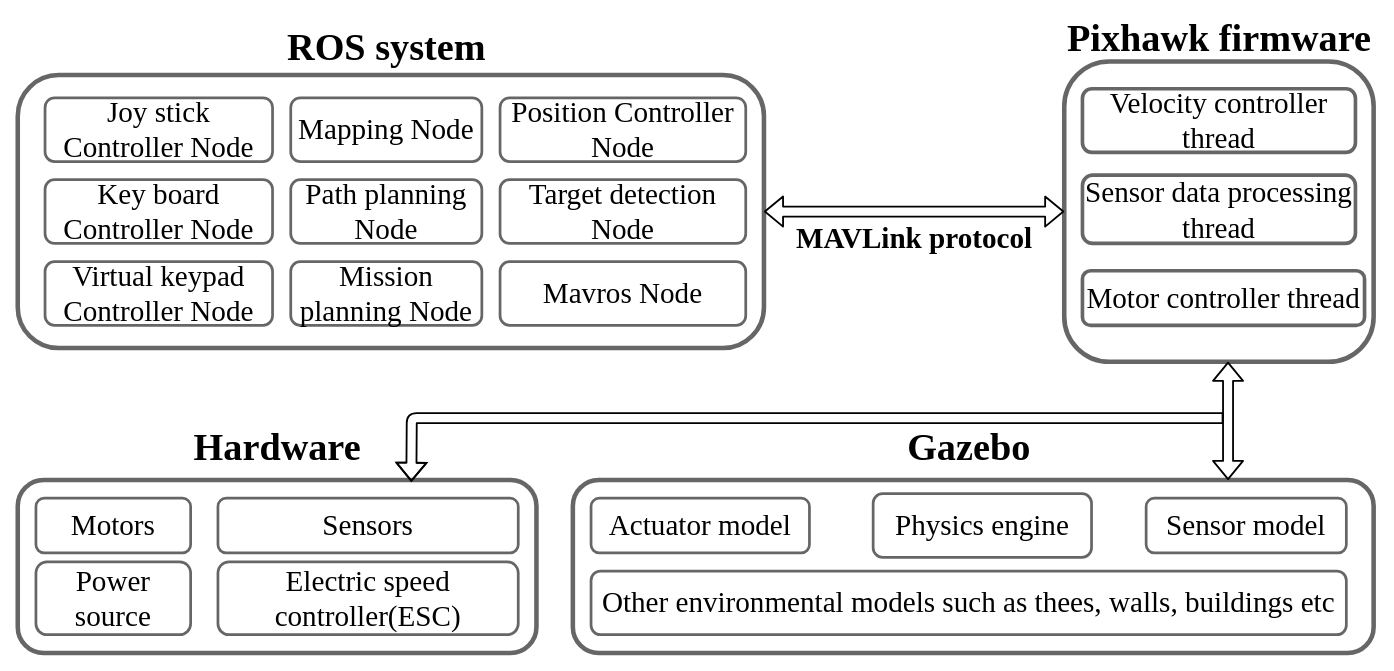
The draw.io diagram page "Page-3" (3 of 6) of cvpr-paper.drawio in mrinmoysarkar/draw_io_projects, before the edit. Source tidied: cells renumbered, new cells numbered last; positions are measured from the earlier drawing's top-left corner, leaving out a move shared by most shapes. Both pictures are drawn from the tidied source at 91%, with x=0, y=0 at pixel (17, 25).
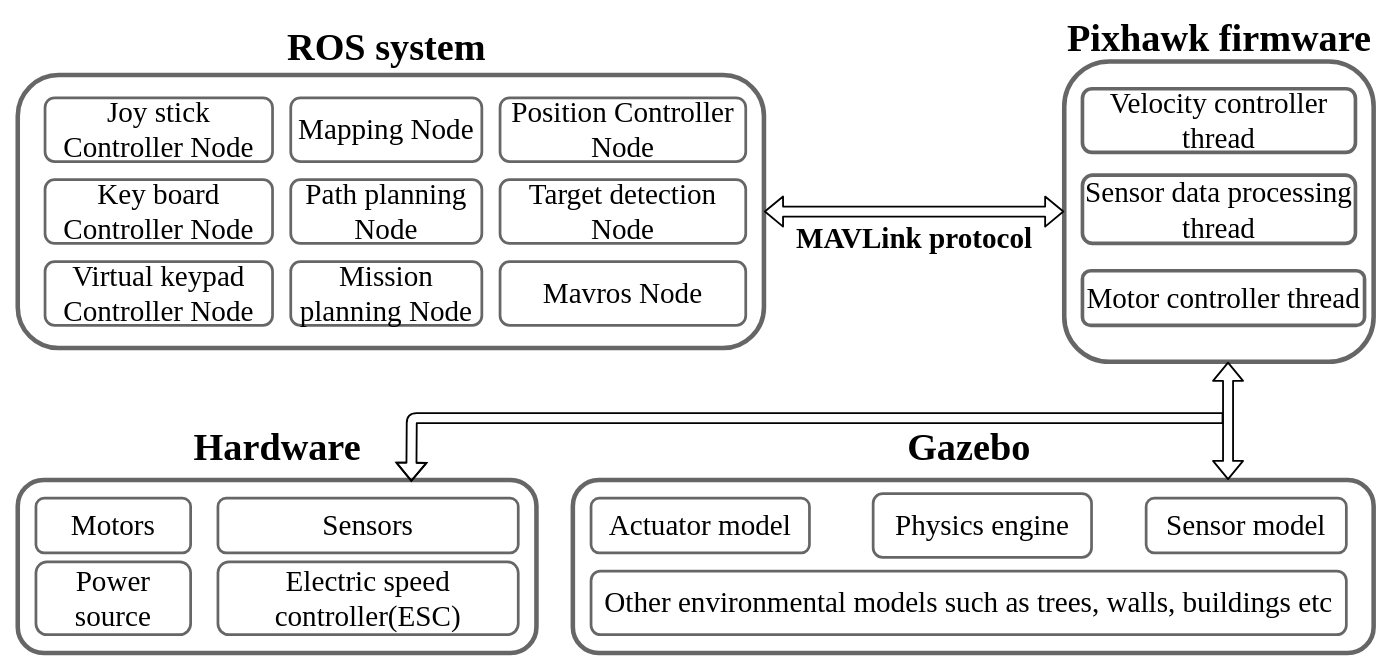
After the change.

The edit, as a diff of the source:
```diff
@@
-    <mxCell id="25" value="&lt;font face=&quot;Times New Roman&quot; style=&quot;font-size: 32px&quot;&gt;Other environmental models such as thees, walls, buildings etc&lt;/font&gt;" style="rounded=1;whiteSpace=wrap;html=1;fillColor=none;opacity=60;strokeWidth=3;" parent="1" vertex="1">
+    <mxCell id="25" value="&lt;font face=&quot;Times New Roman&quot; style=&quot;font-size: 32px&quot;&gt;Other environmental models such as trees, walls, buildings etc&lt;/font&gt;" style="rounded=1;whiteSpace=wrap;html=1;fillColor=none;opacity=60;strokeWidth=3;" parent="1" vertex="1">
       <mxGeometry x="630" y="600" width="830" height="70" as="geometry" />
     </mxCell>
```
